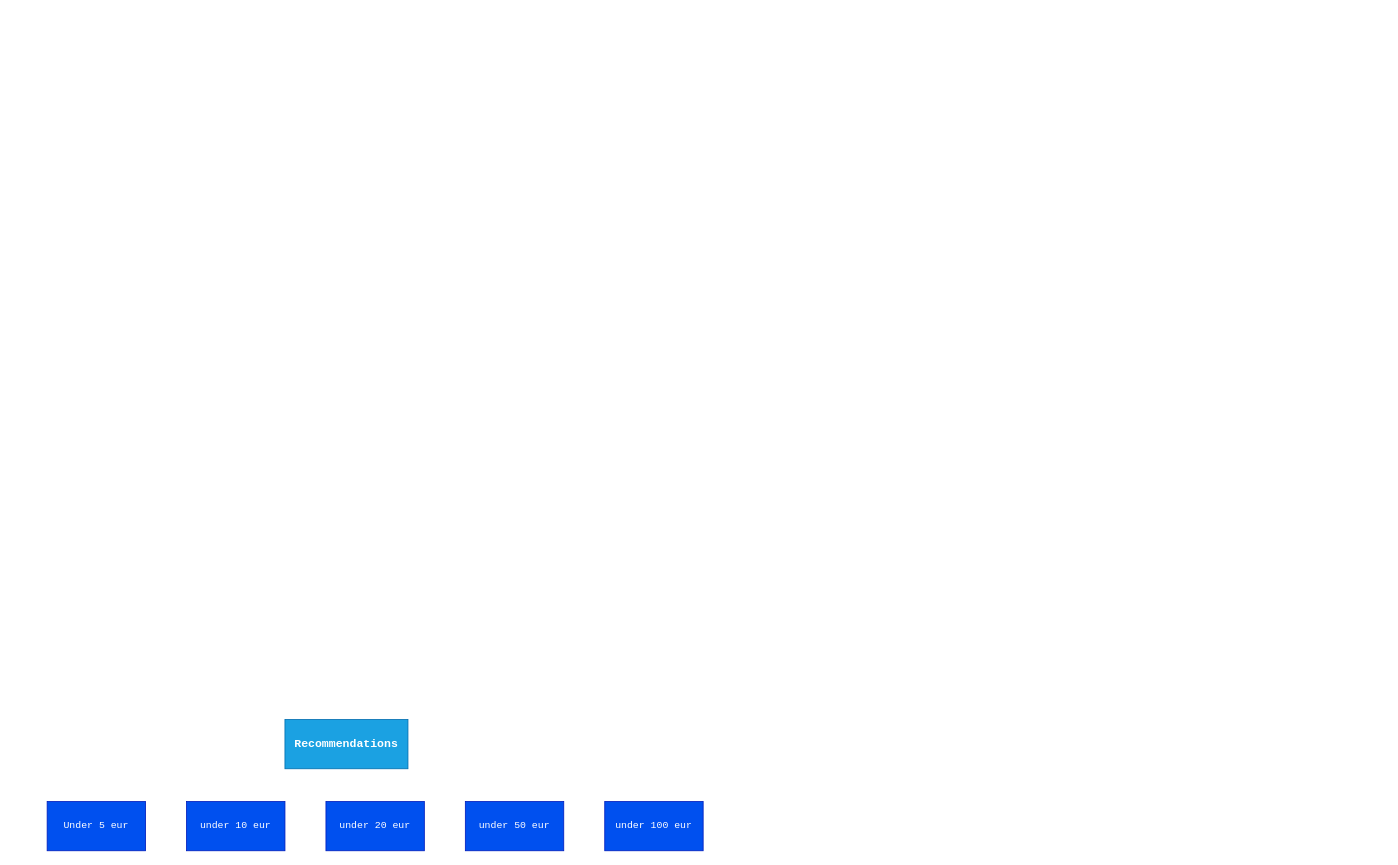
smravec/presents-finder keeps this draw.io diagram as quiz-model.drawio. Above is the earlier version. Source tidied: cells renumbered, new cells numbered last; positions are measured from the earlier drawing's top-left corner, leaving out a move shared by most shapes. Both pictures are drawn from the tidied source at 82%, with x=0, y=0 at pixel (47, 719).
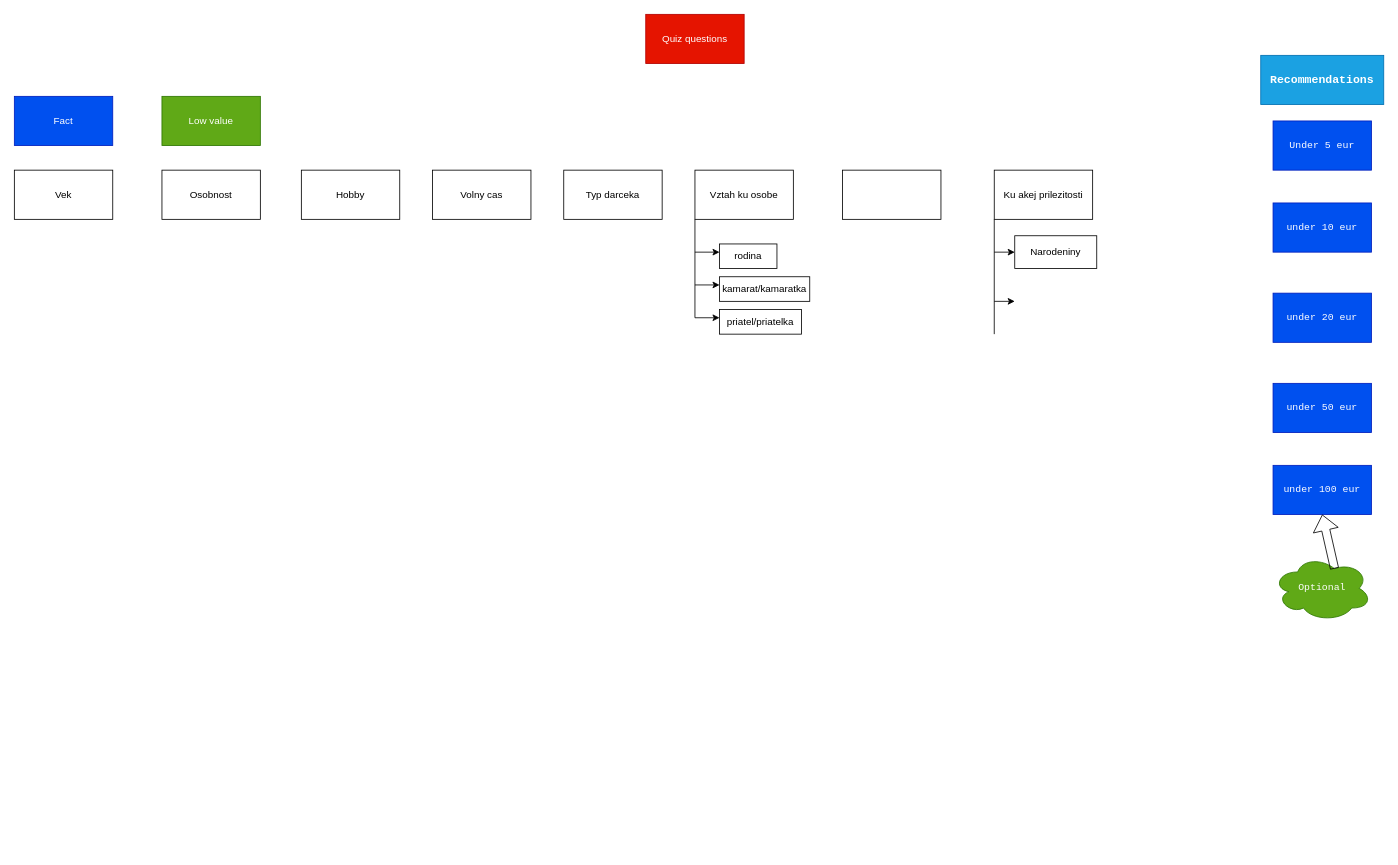
The same diagram, later.

Commit message (it also covers changes not shown here):
diagrams, reklama, .env

Diff of the diagram source:
```diff
@@
     <mxCell id="2" value="&lt;h3&gt;Recommendations&lt;/h3&gt;" style="rounded=0;whiteSpace=wrap;html=1;fillColor=#1ba1e2;strokeColor=#006EAF;fontFamily=Courier New;fontColor=#ffffff;" parent="1" vertex="1">
-      <mxGeometry x="290" width="150" height="60" as="geometry" />
+      <mxGeometry x="1480" y="-810" width="150" height="60" as="geometry" />
     </mxCell>
     <mxCell id="3" value="Under 5 eur" style="rounded=0;whiteSpace=wrap;html=1;fontFamily=Courier New;fillColor=#0050ef;fontColor=#ffffff;strokeColor=#001DBC;" parent="1" vertex="1">
-      <mxGeometry y="100" width="120" height="60" as="geometry" />
+      <mxGeometry x="1495" y="-730" width="120" height="60" as="geometry" />
     </mxCell>
     <mxCell id="4" value="under 10 eur" style="rounded=0;whiteSpace=wrap;html=1;fontFamily=Courier New;fillColor=#0050ef;fontColor=#ffffff;strokeColor=#001DBC;" parent="1" vertex="1">
-      <mxGeometry x="170" y="100" width="120" height="60" as="geometry" />
+      <mxGeometry x="1495" y="-630" width="120" height="60" as="geometry" />
     </mxCell>
     <mxCell id="5" value="under 20 eur" style="rounded=0;whiteSpace=wrap;html=1;fontFamily=Courier New;fillColor=#0050ef;fontColor=#ffffff;strokeColor=#001DBC;" parent="1" vertex="1">
-      <mxGeometry x="340" y="100" width="120" height="60" as="geometry" />
+      <mxGeometry x="1495" y="-520" width="120" height="60" as="geometry" />
     </mxCell>
     <mxCell id="6" value="under 50 eur" style="rounded=0;whiteSpace=wrap;html=1;fontFamily=Courier New;fillColor=#0050ef;fontColor=#ffffff;strokeColor=#001DBC;" parent="1" vertex="1">
-      <mxGeometry x="510" y="100" width="120" height="60" as="geometry" />
+      <mxGeometry x="1495" y="-410" width="120" height="60" as="geometry" />
     </mxCell>
     <mxCell id="7" value="under 100 eur" style="rounded=0;whiteSpace=wrap;html=1;fontFamily=Courier New;fillColor=#0050ef;fontColor=#ffffff;strokeColor=#001DBC;" parent="1" vertex="1">
-      <mxGeometry x="680" y="100" width="120" height="60" as="geometry" />
+      <mxGeometry x="1495" y="-310" width="120" height="60" as="geometry" />
     </mxCell>
+    <mxCell id="8" value="Optional" style="ellipse;shape=cloud;whiteSpace=wrap;html=1;fontFamily=Courier New;fillColor=#60a917;fontColor=#ffffff;strokeColor=#2D7600;" parent="1" vertex="1">
+      <mxGeometry x="1495" y="-200" width="120" height="80" as="geometry" />
+    </mxCell>
+    <mxCell id="9" style="shape=flexArrow;endArrow=classic;html=1;fontFamily=Courier New;entryX=0.5;entryY=1;entryDx=0;entryDy=0;exitX=0.625;exitY=0.2;exitDx=0;exitDy=0;exitPerimeter=0;" parent="1" edge="1" source="8" target="7">
+      <mxGeometry relative="1" as="geometry" />
+    </mxCell>
+    <mxCell id="10" value="&lt;font face=&quot;Helvetica&quot;&gt;Quiz questions&lt;/font&gt;" style="rounded=0;whiteSpace=wrap;html=1;fontFamily=Courier New;fillColor=#e51400;fontColor=#ffffff;strokeColor=#B20000;" parent="1" vertex="1">
+      <mxGeometry x="730" y="-860" width="120" height="60" as="geometry" />
+    </mxCell>
+    <mxCell id="11" value="Vek" style="rounded=0;whiteSpace=wrap;html=1;fontFamily=Helvetica;" parent="1" vertex="1">
+      <mxGeometry x="-40" y="-670" width="120" height="60" as="geometry" />
+    </mxCell>
+    <mxCell id="12" value="Osobnost" style="rounded=0;whiteSpace=wrap;html=1;fontFamily=Helvetica;" parent="1" vertex="1">
+      <mxGeometry x="140" y="-670" width="120" height="60" as="geometry" />
+    </mxCell>
+    <mxCell id="13" value="Hobby" style="rounded=0;whiteSpace=wrap;html=1;fontFamily=Helvetica;" parent="1" vertex="1">
+      <mxGeometry x="310" y="-670" width="120" height="60" as="geometry" />
+    </mxCell>
+    <mxCell id="14" value="Volny cas" style="rounded=0;whiteSpace=wrap;html=1;fontFamily=Helvetica;" parent="1" vertex="1">
+      <mxGeometry x="470" y="-670" width="120" height="60" as="geometry" />
+    </mxCell>
+    <mxCell id="15" value="Typ darceka" style="rounded=0;whiteSpace=wrap;html=1;fontFamily=Helvetica;" parent="1" vertex="1">
+      <mxGeometry x="630" y="-670" width="120" height="60" as="geometry" />
+    </mxCell>
+    <mxCell id="16" value="Fact" style="rounded=0;whiteSpace=wrap;html=1;fontFamily=Helvetica;fillColor=#0050ef;fontColor=#ffffff;strokeColor=#001DBC;" parent="1" vertex="1">
+      <mxGeometry x="-40" y="-760" width="120" height="60" as="geometry" />
+    </mxCell>
+    <mxCell id="17" value="Low value" style="rounded=0;whiteSpace=wrap;html=1;fontFamily=Helvetica;fillColor=#60a917;fontColor=#ffffff;strokeColor=#2D7600;" parent="1" vertex="1">
+      <mxGeometry x="140" y="-760" width="120" height="60" as="geometry" />
+    </mxCell>
+    <mxCell id="18" value="Vztah ku osobe" style="rounded=0;whiteSpace=wrap;html=1;fontFamily=Helvetica;" parent="1" vertex="1">
+      <mxGeometry x="790" y="-670" width="120" height="60" as="geometry" />
+    </mxCell>
+    <mxCell id="19" style="rounded=0;whiteSpace=wrap;html=1;fontFamily=Helvetica;" parent="1" vertex="1">
+      <mxGeometry x="970" y="-670" width="120" height="60" as="geometry" />
+    </mxCell>
+    <mxCell id="20" value="Ku akej prilezitosti" style="rounded=0;whiteSpace=wrap;html=1;fontFamily=Helvetica;" parent="1" vertex="1">
+      <mxGeometry x="1155" y="-670" width="120" height="60" as="geometry" />
+    </mxCell>
+    <mxCell id="21" style="endArrow=none;html=1;fontFamily=Helvetica;exitX=0;exitY=1;exitDx=0;exitDy=0;" parent="1" edge="1" source="18">
+      <mxGeometry relative="1" as="geometry">
+        <mxPoint x="790" y="-490" as="targetPoint" />
+      </mxGeometry>
+    </mxCell>
+    <mxCell id="22" style="endArrow=classic;html=1;fontFamily=Helvetica;" parent="1" edge="1">
+      <mxGeometry relative="1" as="geometry">
+        <mxPoint x="790" y="-570" as="sourcePoint" />
+        <mxPoint x="820" y="-570" as="targetPoint" />
+      </mxGeometry>
+    </mxCell>
+    <mxCell id="23" value="rodina" style="rounded=0;whiteSpace=wrap;html=1;fontFamily=Helvetica;" parent="1" vertex="1">
+      <mxGeometry x="820" y="-580" width="70" height="30" as="geometry" />
+    </mxCell>
+    <mxCell id="24" style="endArrow=classic;html=1;fontFamily=Helvetica;" parent="1" edge="1">
+      <mxGeometry relative="1" as="geometry">
+        <mxPoint x="790" y="-530" as="sourcePoint" />
+        <mxPoint x="820" y="-530" as="targetPoint" />
+      </mxGeometry>
+    </mxCell>
+    <mxCell id="25" value="kamarat/kamaratka" style="rounded=0;whiteSpace=wrap;html=1;fontFamily=Helvetica;" parent="1" vertex="1">
+      <mxGeometry x="820" y="-540" width="110" height="30" as="geometry" />
+    </mxCell>
+    <mxCell id="26" style="endArrow=classic;html=1;fontFamily=Helvetica;" parent="1" edge="1">
+      <mxGeometry relative="1" as="geometry">
+        <mxPoint x="790" y="-490" as="sourcePoint" />
+        <mxPoint x="820" y="-490" as="targetPoint" />
+      </mxGeometry>
+    </mxCell>
+    <mxCell id="27" value="priatel/priatelka" style="rounded=0;whiteSpace=wrap;html=1;fontFamily=Helvetica;" parent="1" vertex="1">
+      <mxGeometry x="820" y="-500" width="100" height="30" as="geometry" />
+    </mxCell>
+    <mxCell id="28" style="endArrow=none;html=1;fontFamily=Helvetica;entryX=0;entryY=1;entryDx=0;entryDy=0;" parent="1" edge="1" target="20">
+      <mxGeometry relative="1" as="geometry">
+        <mxPoint x="1155" y="-470" as="sourcePoint" />
+      </mxGeometry>
+    </mxCell>
+    <mxCell id="29" style="endArrow=classic;html=1;fontFamily=Helvetica;" parent="1" edge="1">
+      <mxGeometry relative="1" as="geometry">
+        <mxPoint x="1155" y="-570" as="sourcePoint" />
+        <mxPoint x="1180" y="-570" as="targetPoint" />
+      </mxGeometry>
+    </mxCell>
+    <mxCell id="30" value="Narodeniny" style="rounded=0;whiteSpace=wrap;html=1;fontFamily=Helvetica;" parent="1" vertex="1">
+      <mxGeometry x="1180" y="-590" width="100" height="40" as="geometry" />
+    </mxCell>
+    <mxCell id="31" style="endArrow=classic;html=1;fontFamily=Helvetica;" parent="1" edge="1">
+      <mxGeometry relative="1" as="geometry">
+        <mxPoint x="1155" y="-510" as="sourcePoint" />
+        <mxPoint x="1180" y="-510" as="targetPoint" />
+      </mxGeometry>
+    </mxCell>
```
